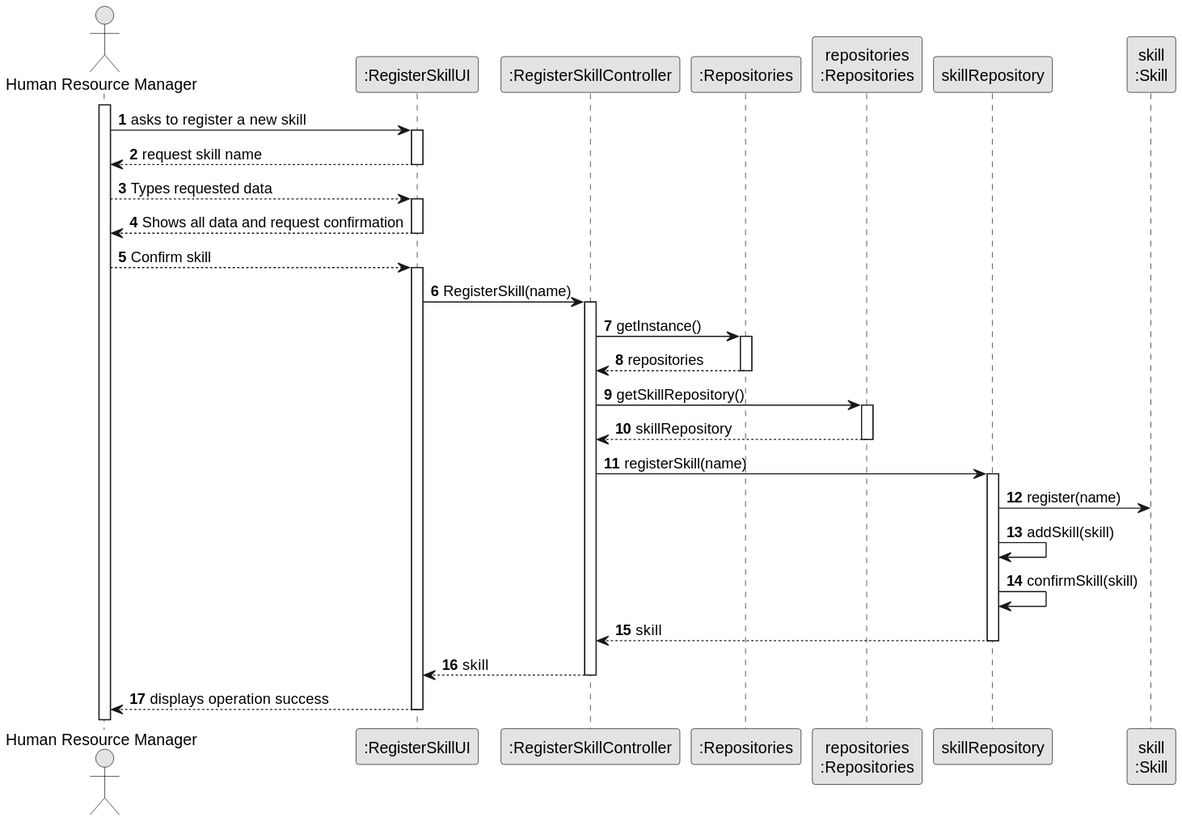
The PlantUML diagram docs/sprintB/us001/03.design/svg/us001-sequence-diagram-full.svg in Departamento-de-Engenharia-Informatica/lei-24-s2-1dkl-g134, before a commit. The source it was exported from:
```plantuml
@startuml
skinparam monochrome true
skinparam packageStyle rectangle
skinparam shadowing false

autonumber

actor "Human Resource Manager" as HRM
participant ":RegisterSkillUI" as UI
participant ":RegisterSkillController" as CTRL
participant ":Repositories" as RepositorySingleton
participant "repositories\n:Repositories" as PLAT
participant "skillRepository" as SR
participant "skill\n:Skill" as S


activate HRM

        HRM -> UI : asks to register a new skill

        activate UI


            UI --> HRM : request skill name

         deactivate UI

            HRM --> UI : Types requested data

         activate UI

           UI --> HRM : Shows all data and request confirmation

         deactivate UI

            HRM --> UI : Confirm skill

         activate UI

            UI -> CTRL : RegisterSkill(name)
            activate CTRL

                CTRL -> RepositorySingleton : getInstance()
                activate RepositorySingleton

                    RepositorySingleton --> CTRL: repositories
                deactivate RepositorySingleton


            CTRL-> PLAT : getSkillRepository()
                        activate PLAT

            PLAT --> CTRL : skillRepository
                         deactivate PLAT

            CTRL -> SR : registerSkill(name)
                        activate SR

            SR -> S : register(name)


            SR ->SR : addSkill(skill)

            SR->SR : confirmSkill(skill)

            SR--->CTRL : skill

                        deactivate SR
            CTRL ---> UI : skill
                        deactivate CTRL

            UI ---> HRM : displays operation success
                        deactivate UI
@enduml
```
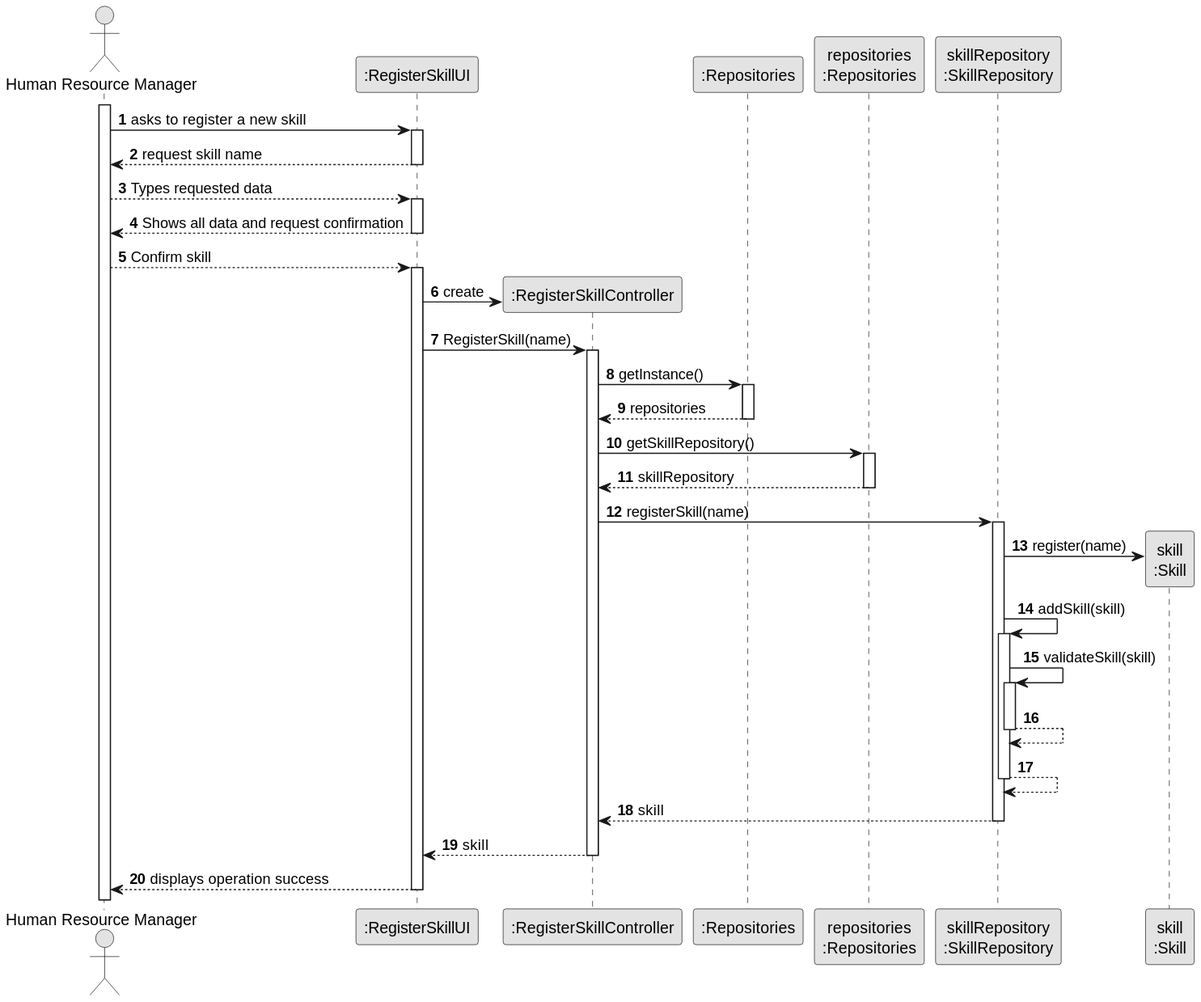
The same file after the commit.

Commit message:
Litle update on US05 class diagram

Diff of the diagram source:
```diff
@@ -10,7 +10,7 @@
 participant ":RegisterSkillController" as CTRL
 participant ":Repositories" as RepositorySingleton
 participant "repositories\n:Repositories" as PLAT
-participant "skillRepository" as SR
+participant "skillRepository\n:SkillRepository" as SR
 participant "skill\n:Skill" as S
 
 
@@ -37,6 +37,8 @@
 
          activate UI
 
+            UI -> CTRL**: create
+
             UI -> CTRL : RegisterSkill(name)
             activate CTRL
 
@@ -56,12 +58,20 @@
             CTRL -> SR : registerSkill(name)
                         activate SR
 
-            SR -> S : register(name)
+            SR -> S** : register(name)
 
 
             SR ->SR : addSkill(skill)
+            activate SR
 
-            SR->SR : confirmSkill(skill)
+            SR->SR : validateSkill(skill)
+            activate SR
+
+            SR --> SR
+            deactivate SR
+
+            SR --> SR
+            deactivate SR
 
             SR--->CTRL : skill
 
```
